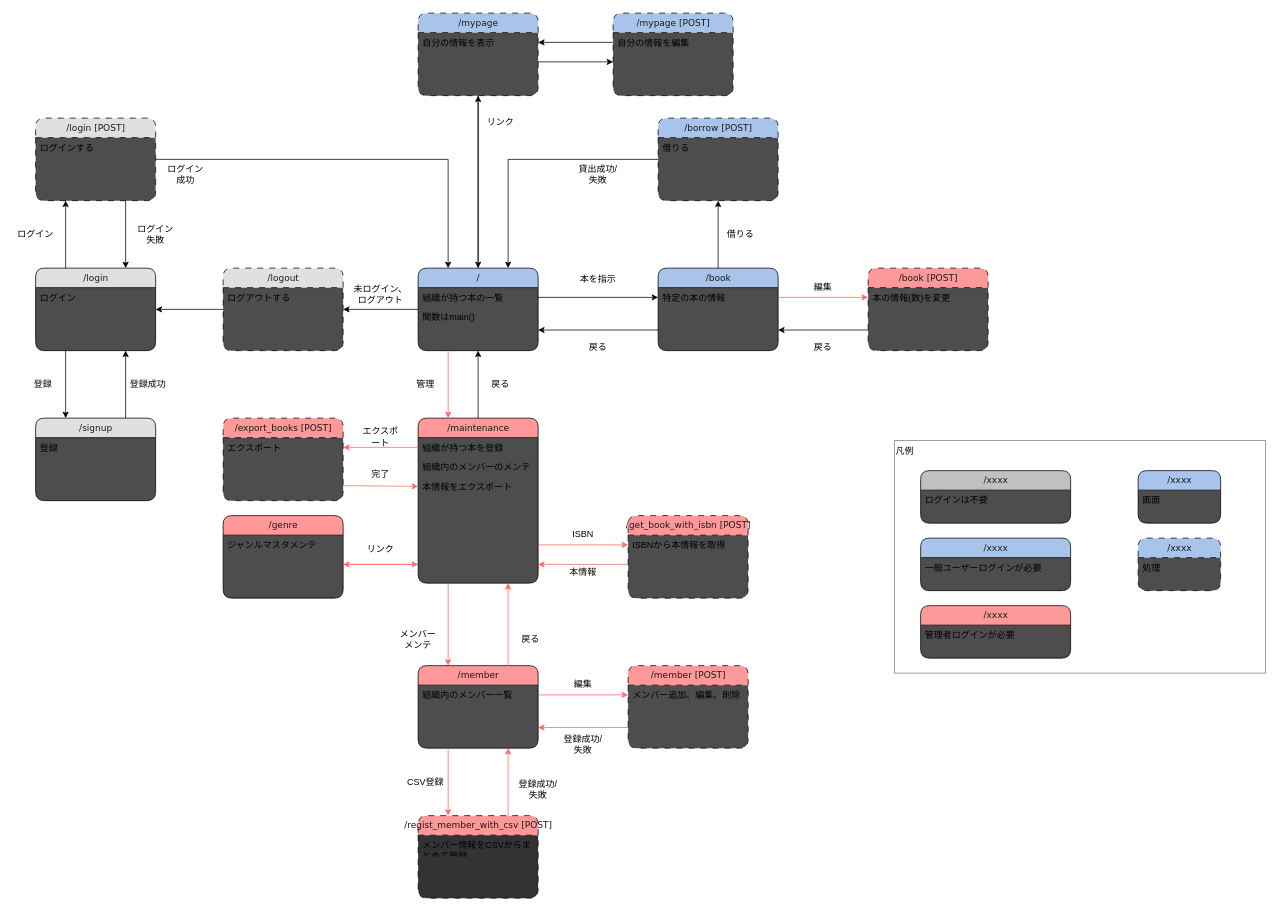
The draw.io diagram doc/screen_transition_diagram.drawio in yo16/bookshelf_2023, before the edit. Source tidied: cells renumbered, new cells numbered last; positions are measured from the earlier drawing's top-left corner, leaving out a move shared by most shapes. Both pictures are drawn from the tidied source at 75%, with x=0, y=0 at pixel (13, 13).
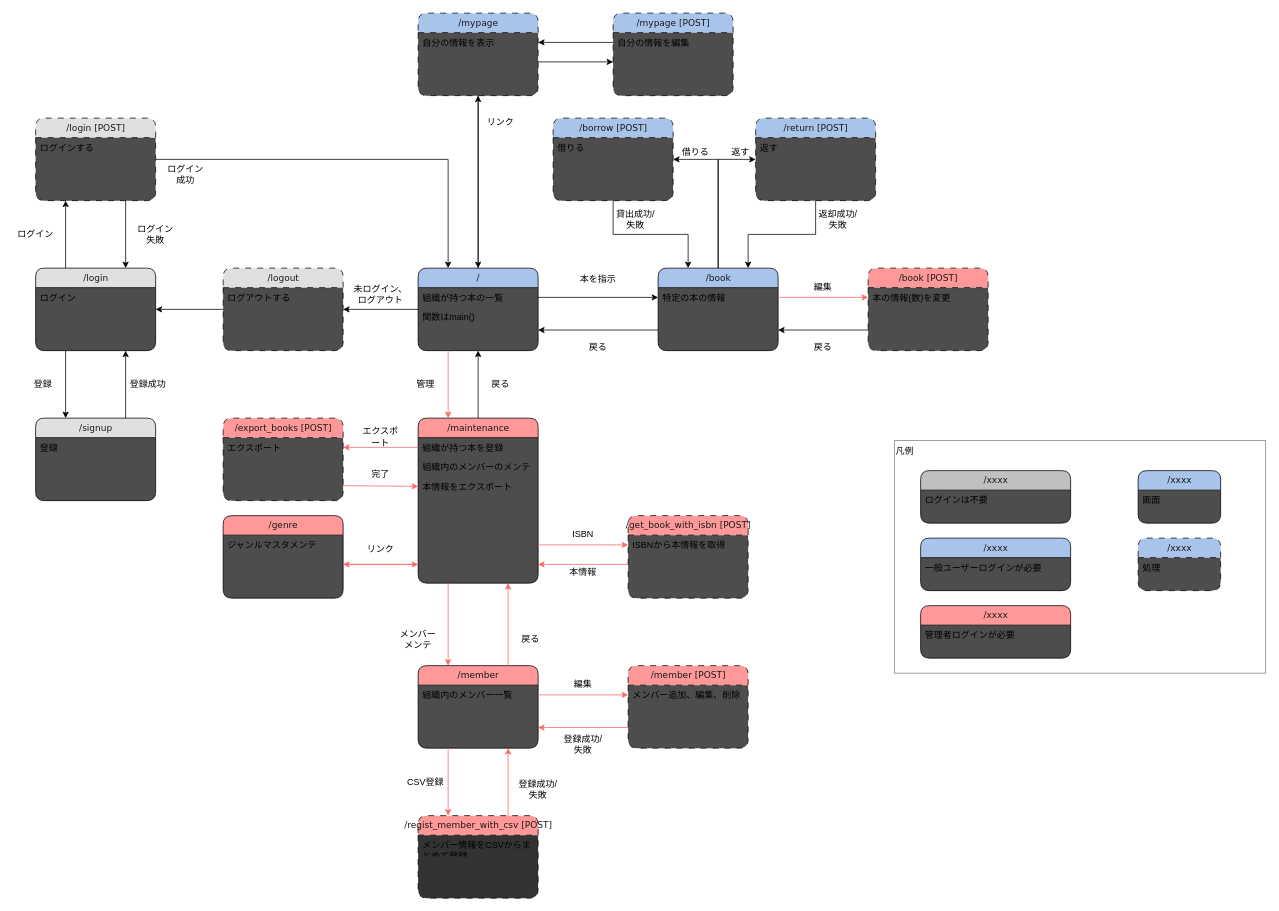
The same page after the edit.

The change refers to these unchanged cells:
```xml
<mxCell id="6" value="/" style="swimlane;html=1;fontStyle=0;horizontal=1;startSize=26;fillColor=#A9C4EB;swimlaneFillColor=#4D4D4D;align=center;rounded=1;shadow=0;comic=0;labelBackgroundColor=none;strokeWidth=1;fontFamily=Verdana;fontSize=12;fontColor=#1A1A1A;" parent="1" vertex="1">
  <mxGeometry x="540" y="340" width="160" height="110" as="geometry" />
</mxCell>
<mxCell id="19" value="/book" style="swimlane;html=1;fontStyle=0;horizontal=1;startSize=26;fillColor=#A9C4EB;swimlaneFillColor=#4D4D4D;align=center;rounded=1;shadow=0;comic=0;labelBackgroundColor=none;strokeWidth=1;fontFamily=Verdana;fontSize=12;fontColor=#1A1A1A;" parent="1" vertex="1">
  <mxGeometry x="860" y="340" width="160" height="110" as="geometry" />
</mxCell>
```

Diff of the diagram source:
```diff
@@
-    <mxCell id="37" value="/borrow [POST]" style="swimlane;html=1;fontStyle=0;horizontal=1;startSize=26;fillColor=#A9C4EB;swimlaneFillColor=#4D4D4D;align=center;rounded=1;shadow=0;comic=0;labelBackgroundColor=none;strokeWidth=1;fontFamily=Verdana;fontSize=12;dashed=1;dashPattern=8 8;fontColor=#1A1A1A;" parent="1" vertex="1">
-      <mxGeometry x="860" y="140" width="160" height="110" as="geometry" />
-    </mxCell>
-    <mxCell id="38" value="借りる" style="text;html=1;strokeColor=none;fillColor=none;spacingLeft=4;spacingRight=4;whiteSpace=wrap;overflow=hidden;" parent="37" vertex="1">
-      <mxGeometry y="26" width="160" height="26" as="geometry" />
-    </mxCell>
-    <mxCell id="39" style="edgeStyle=orthogonalEdgeStyle;rounded=0;jettySize=auto;html=1;entryX=0.5;entryY=1;entryDx=0;entryDy=0;exitX=0.5;exitY=0;exitDx=0;exitDy=0;" parent="1" edge="1" source="19" target="37">
+    <mxCell id="39" style="edgeStyle=orthogonalEdgeStyle;rounded=0;jettySize=auto;html=1;exitX=0.5;exitY=0;exitDx=0;exitDy=0;entryX=1;entryY=0.5;entryDx=0;entryDy=0;" parent="1" edge="1" source="19" target="37">
       <mxGeometry relative="1" as="geometry" />
     </mxCell>
-    <mxCell id="40" style="edgeStyle=orthogonalEdgeStyle;rounded=0;jettySize=auto;html=1;entryX=0.75;entryY=0;entryDx=0;entryDy=0;exitX=0;exitY=0.5;exitDx=0;exitDy=0;" parent="1" edge="1" source="37" target="6">
+    <mxCell id="40" style="edgeStyle=orthogonalEdgeStyle;rounded=0;jettySize=auto;html=1;entryX=0.25;entryY=0;entryDx=0;entryDy=0;exitX=0.5;exitY=1;exitDx=0;exitDy=0;" parent="1" edge="1" source="37" target="19">
       <mxGeometry relative="1" as="geometry" />
     </mxCell>
     <mxCell id="41" value="貸出成功/失敗" style="text;html=1;strokeColor=none;fillColor=none;align=center;verticalAlign=middle;whiteSpace=wrap;rounded=0;" parent="1" vertex="1">
-      <mxGeometry x="750" y="200" width="60" height="30" as="geometry" />
+      <mxGeometry x="800" y="260" width="60" height="30" as="geometry" />
     </mxCell>
     <mxCell id="42" value="借りる" style="text;html=1;strokeColor=none;fillColor=none;align=center;verticalAlign=middle;whiteSpace=wrap;rounded=0;" parent="1" vertex="1">
-      <mxGeometry x="940" y="280" width="60" height="30" as="geometry" />
+      <mxGeometry x="880" y="170" width="60" height="30" as="geometry" />
     </mxCell>
@@
+    <mxCell id="115" value="/return [POST]" style="swimlane;html=1;fontStyle=0;horizontal=1;startSize=26;fillColor=#A9C4EB;swimlaneFillColor=#4D4D4D;align=center;rounded=1;shadow=0;comic=0;labelBackgroundColor=none;strokeWidth=1;fontFamily=Verdana;fontSize=12;dashed=1;dashPattern=8 8;fontColor=#1A1A1A;" parent="1" vertex="1">
+      <mxGeometry x="990" y="140" width="160" height="110" as="geometry" />
+    </mxCell>
+    <mxCell id="116" value="返す" style="text;html=1;strokeColor=none;fillColor=none;spacingLeft=4;spacingRight=4;whiteSpace=wrap;overflow=hidden;" parent="115" vertex="1">
+      <mxGeometry y="26" width="160" height="26" as="geometry" />
+    </mxCell>
+    <mxCell id="117" style="edgeStyle=orthogonalEdgeStyle;rounded=0;jettySize=auto;html=1;entryX=0.75;entryY=0;entryDx=0;entryDy=0;exitX=0.5;exitY=1;exitDx=0;exitDy=0;" parent="1" edge="1" source="115" target="19">
+      <mxGeometry relative="1" as="geometry" />
+    </mxCell>
+    <mxCell id="118" style="edgeStyle=orthogonalEdgeStyle;rounded=0;jettySize=auto;html=1;entryX=0;entryY=0.5;entryDx=0;entryDy=0;exitX=0.5;exitY=0;exitDx=0;exitDy=0;" parent="1" edge="1" source="19" target="115">
+      <mxGeometry relative="1" as="geometry" />
+    </mxCell>
+    <mxCell id="119" value="返す" style="text;html=1;strokeColor=none;fillColor=none;align=center;verticalAlign=middle;whiteSpace=wrap;rounded=0;" parent="1" vertex="1">
+      <mxGeometry x="940" y="170" width="60" height="30" as="geometry" />
+    </mxCell>
+    <mxCell id="37" value="/borrow [POST]" style="swimlane;html=1;fontStyle=0;horizontal=1;startSize=26;fillColor=#A9C4EB;swimlaneFillColor=#4D4D4D;align=center;rounded=1;shadow=0;comic=0;labelBackgroundColor=none;strokeWidth=1;fontFamily=Verdana;fontSize=12;dashed=1;dashPattern=8 8;fontColor=#1A1A1A;" parent="1" vertex="1">
+      <mxGeometry x="720" y="140" width="160" height="110" as="geometry" />
+    </mxCell>
+    <mxCell id="38" value="借りる" style="text;html=1;strokeColor=none;fillColor=none;spacingLeft=4;spacingRight=4;whiteSpace=wrap;overflow=hidden;" parent="37" vertex="1">
+      <mxGeometry y="26" width="160" height="26" as="geometry" />
+    </mxCell>
+    <mxCell id="120" value="返却成功/失敗" style="text;html=1;strokeColor=none;fillColor=none;align=center;verticalAlign=middle;whiteSpace=wrap;rounded=0;" parent="1" vertex="1">
+      <mxGeometry x="1070" y="260" width="60" height="30" as="geometry" />
+    </mxCell>
```
